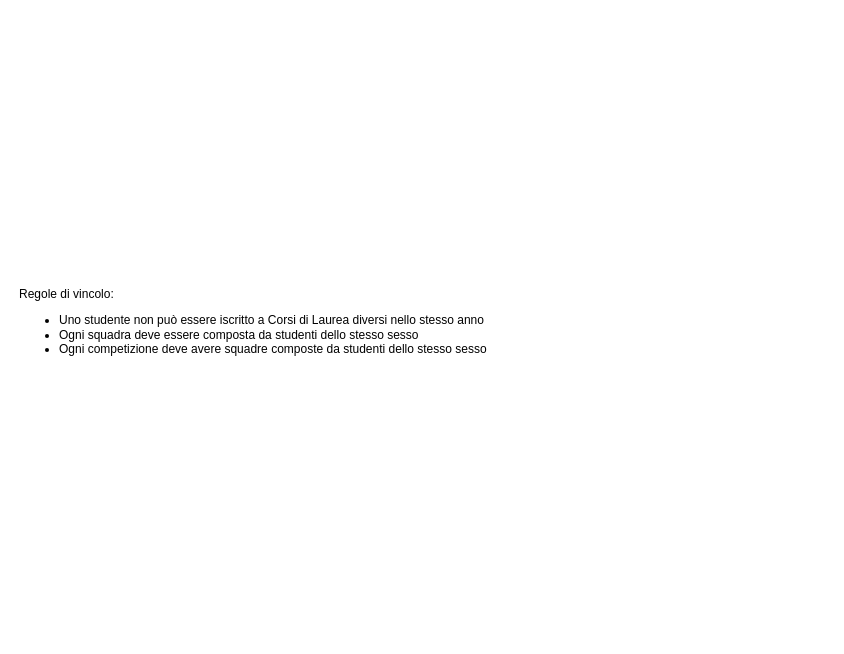
This is page "Regole di vincolo" (2 of 3) of Olimpiadi studentesche.drawio from giovannivelludo/database-project, a draw.io file, before an edit. Source tidied: cells renumbered, new cells numbered last; positions are measured from the earlier drawing's top-left corner, leaving out a move shared by most shapes. Both pictures are drawn from the tidied source at 100%, with x=0, y=0 at pixel (17, 17).
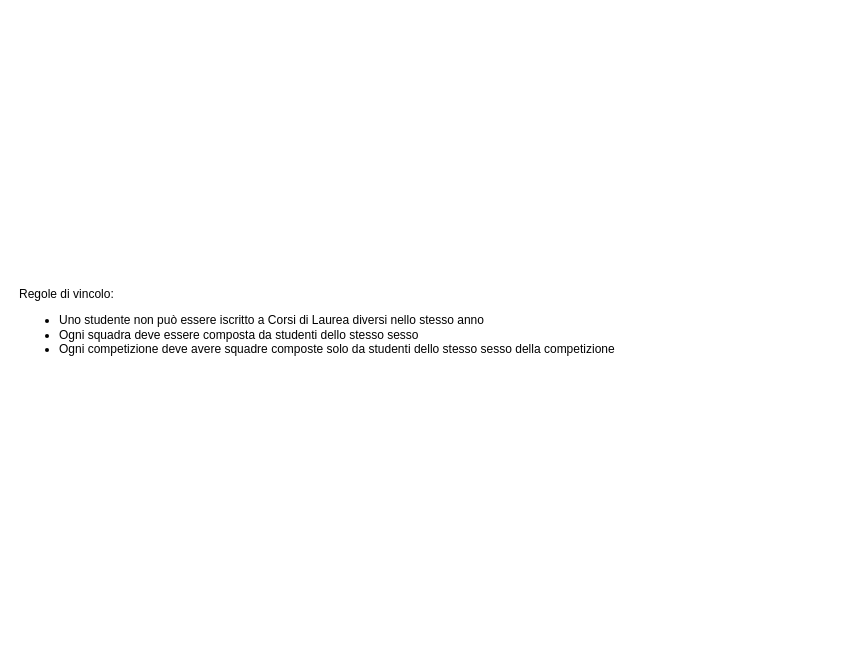
The same diagram, later.

The edit, as a diff of the source:
```diff
@@
 <mxGraphModel>
   <root>
     <mxCell id="0" />
     <mxCell id="1" parent="0" />
-    <mxCell id="2" value="&lt;div&gt;Regole di vincolo:&lt;/div&gt;&lt;div&gt;&lt;ul&gt;&lt;li&gt;Uno studente non può essere iscritto a Corsi di Laurea diversi nello stesso anno&lt;/li&gt;&lt;li&gt;Ogni squadra deve essere composta da studenti dello stesso sesso&lt;/li&gt;&lt;li&gt;Ogni competizione deve avere squadre composte da studenti dello stesso sesso&lt;br&gt;&lt;/li&gt;&lt;/ul&gt;&lt;/div&gt;" style="text;html=1;strokeColor=none;fillColor=none;align=left;verticalAlign=middle;whiteSpace=wrap;rounded=0;" parent="1" vertex="1">
+    <mxCell id="2" value="&lt;div&gt;Regole di vincolo:&lt;/div&gt;&lt;div&gt;&lt;ul&gt;&lt;li&gt;Uno studente non può essere iscritto a Corsi di Laurea diversi nello stesso anno&lt;/li&gt;&lt;li&gt;Ogni squadra deve essere composta da studenti dello stesso sesso&lt;/li&gt;&lt;li&gt;Ogni competizione deve avere squadre composte solo da studenti dello stesso sesso della competizione&lt;br&gt;&lt;/li&gt;&lt;/ul&gt;&lt;/div&gt;" style="text;html=1;strokeColor=none;fillColor=none;align=left;verticalAlign=middle;whiteSpace=wrap;rounded=0;" parent="1" vertex="1">
       <mxGeometry width="810" height="620" as="geometry" />
     </mxCell>
   </root>
 </mxGraphModel>
```
